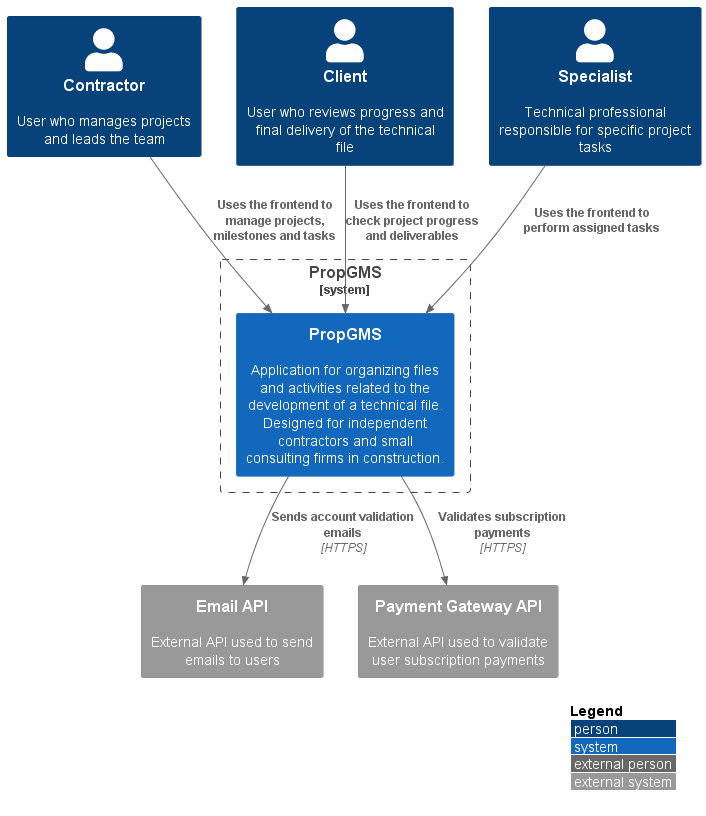
The PlantUML diagram img/chapter4/c4/context.png in GalaxiaWonder-OpenSource/ProjectReport, before a commit. Source of this version:
```plantuml
@startuml C4_Context
!includeurl https://raw.githubusercontent.com/plantuml-stdlib/C4-PlantUML/master/C4_Context.puml

LAYOUT_WITH_LEGEND()

Person(contractor, "Contractor", "User who manages projects and leads the team")
Person(client, "Client", "User who reviews progress and final delivery of the technical file")
Person(specialist, "Specialist", "Technical professional responsible for specific project tasks")

System_Boundary(s1, "PropGMS") {
    System(propGMS, "PropGMS", "Application for organizing files and activities related to the development of a technical file. Designed for independent contractors and small consulting firms in construction.")
}

System_Ext(emailAPI, "Email API", "External API used to send emails to users")
System_Ext(paymentGateway, "Payment Gateway API", "External API used to validate user subscription payments")

Rel(contractor, propGMS, "Uses the frontend to manage projects, milestones and tasks")
Rel(client, propGMS, "Uses the frontend to check project progress and deliverables")
Rel(specialist, propGMS, "Uses the frontend to perform assigned tasks")
Rel(propGMS, emailAPI, "Sends account validation emails", "HTTPS")
Rel(propGMS, paymentGateway, "Validates subscription payments", "HTTPS")

@enduml
```
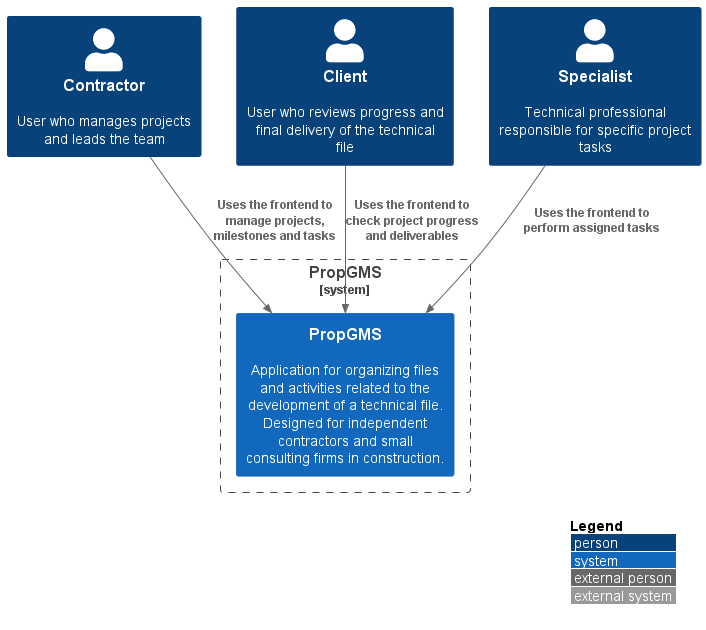
The same file after the commit.

The edit, as a diff of the source:
```diff
@@ -11,13 +11,7 @@
     System(propGMS, "PropGMS", "Application for organizing files and activities related to the development of a technical file. Designed for independent contractors and small consulting firms in construction.")
 }
 
-System_Ext(emailAPI, "Email API", "External API used to send emails to users")
-System_Ext(paymentGateway, "Payment Gateway API", "External API used to validate user subscription payments")
-
 Rel(contractor, propGMS, "Uses the frontend to manage projects, milestones and tasks")
 Rel(client, propGMS, "Uses the frontend to check project progress and deliverables")
 Rel(specialist, propGMS, "Uses the frontend to perform assigned tasks")
-Rel(propGMS, emailAPI, "Sends account validation emails", "HTTPS")
-Rel(propGMS, paymentGateway, "Validates subscription payments", "HTTPS")
-
 @enduml
```
